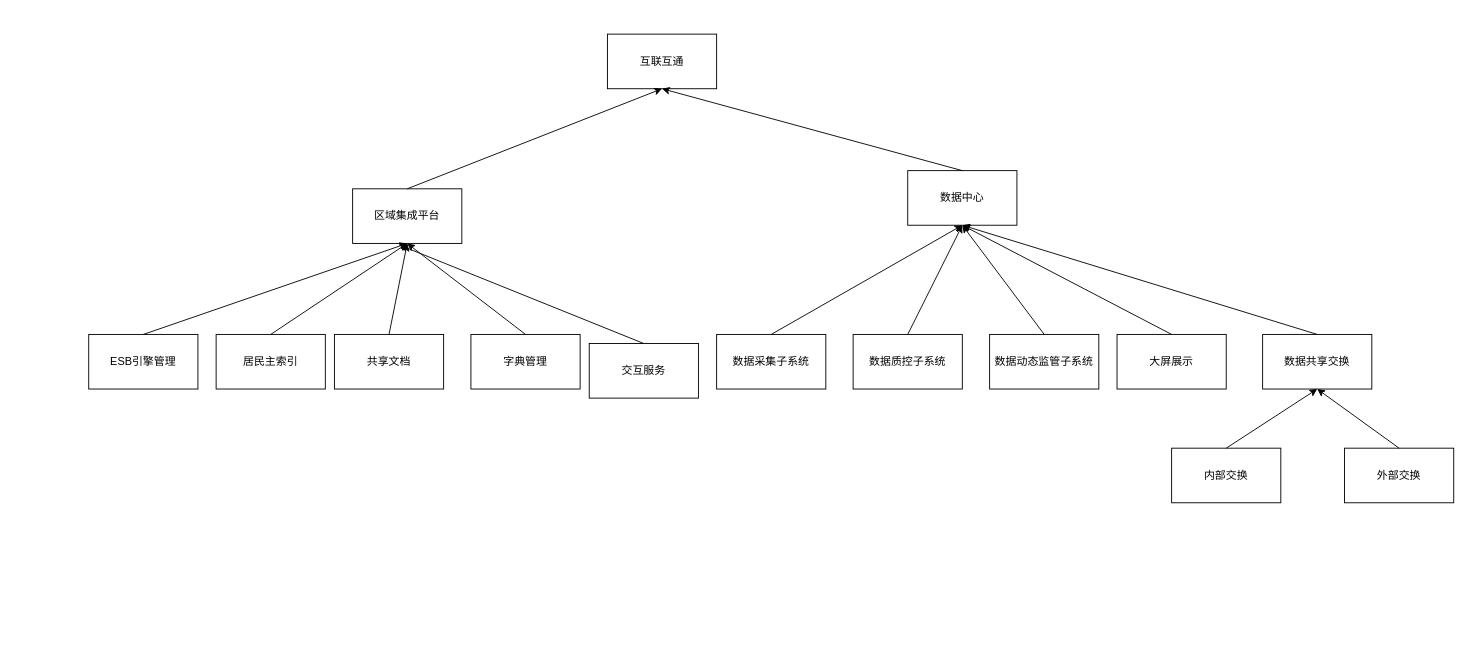
SmileCJX/processon keeps this draw.io diagram as source/互联互通.drawio. Above is the earlier version. Source tidied: cells renumbered, new cells numbered last; positions are measured from the earlier drawing's top-left corner, leaving out a move shared by most shapes. Both pictures are drawn from the tidied source at 91%, with x=0, y=0 at pixel (88, 34).
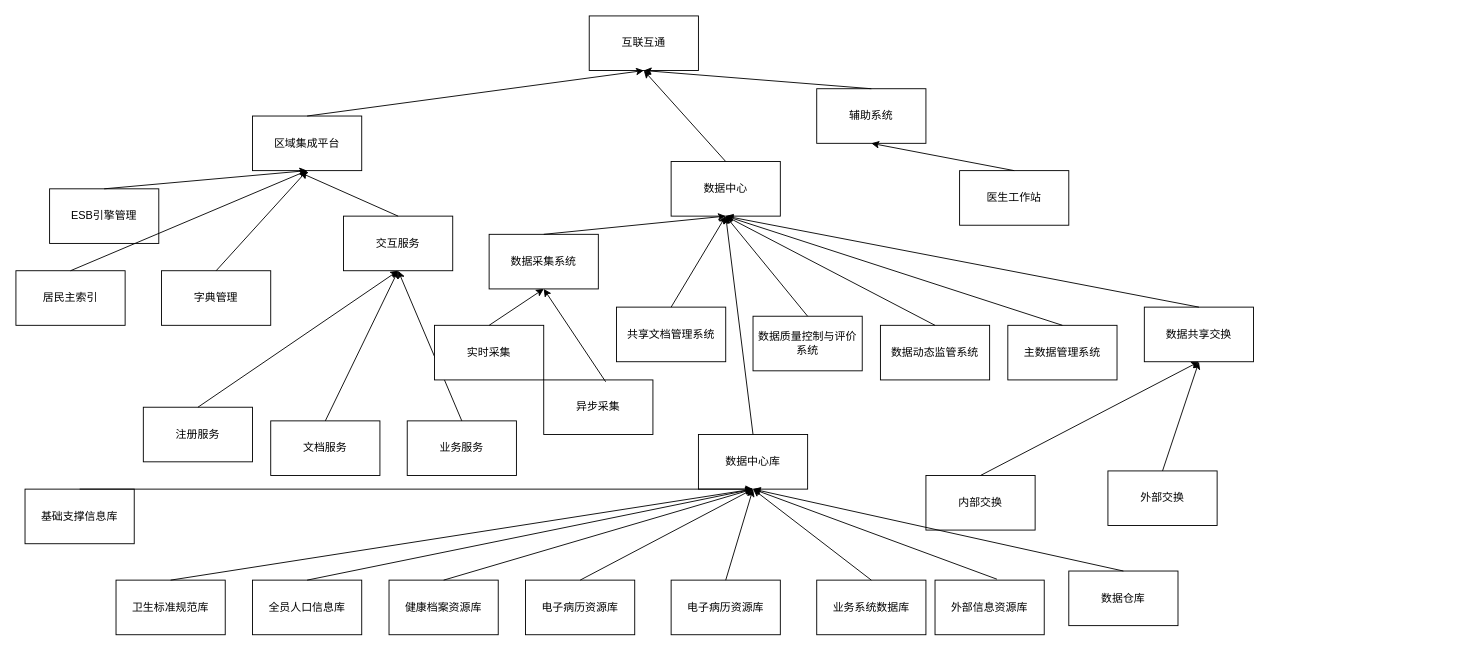
Above is the later version.

Commit message (it also covers changes not shown here):
更新互联互通.drawio

Diff of the diagram source:
```diff
@@
     <mxCell id="2" value="互联互通" style="rounded=0;whiteSpace=wrap;html=1;" parent="1" vertex="1">
-      <mxGeometry x="570" width="120" height="60" as="geometry" />
+      <mxGeometry x="550" y="-20" width="120" height="60" as="geometry" />
     </mxCell>
     <mxCell id="3" value="区域集成平台" style="rounded=0;whiteSpace=wrap;html=1;" parent="1" vertex="1">
-      <mxGeometry x="290" y="170" width="120" height="60" as="geometry" />
+      <mxGeometry x="180" y="90" width="120" height="60" as="geometry" />
     </mxCell>
@@
     <mxCell id="5" value="ESB引擎管理" style="rounded=0;whiteSpace=wrap;html=1;" parent="1" vertex="1">
-      <mxGeometry y="330" width="120" height="60" as="geometry" />
+      <mxGeometry x="-43" y="170" width="120" height="60" as="geometry" />
     </mxCell>
@@
     <mxCell id="7" value="居民主索引" style="rounded=0;whiteSpace=wrap;html=1;" parent="1" vertex="1">
-      <mxGeometry x="140" y="330" width="120" height="60" as="geometry" />
+      <mxGeometry x="-80" y="260" width="120" height="60" as="geometry" />
     </mxCell>
@@
-    <mxCell id="9" value="共享文档" style="rounded=0;whiteSpace=wrap;html=1;" parent="1" vertex="1">
-      <mxGeometry x="270" y="330" width="120" height="60" as="geometry" />
+    <mxCell id="9" value="共享文档管理系统" style="rounded=0;whiteSpace=wrap;html=1;" parent="1" vertex="1">
+      <mxGeometry x="580" y="300" width="120" height="60" as="geometry" />
     </mxCell>
-    <mxCell id="10" style="endArrow=classic;html=1;exitX=0.5;exitY=0;exitDx=0;exitDy=0;entryX=0.5;entryY=1;entryDx=0;entryDy=0;" parent="1" edge="1" source="9" target="3">
+    <mxCell id="10" style="endArrow=classic;html=1;exitX=0.5;exitY=0;exitDx=0;exitDy=0;entryX=0.5;entryY=1;entryDx=0;entryDy=0;" parent="1" edge="1" source="9" target="15">
       <mxGeometry relative="1" as="geometry" />
     </mxCell>
     <mxCell id="11" value="字典管理" style="rounded=0;whiteSpace=wrap;html=1;" parent="1" vertex="1">
-      <mxGeometry x="420" y="330" width="120" height="60" as="geometry" />
+      <mxGeometry x="80" y="260" width="120" height="60" as="geometry" />
     </mxCell>
     <mxCell id="12" value="交互服务" style="rounded=0;whiteSpace=wrap;html=1;" parent="1" vertex="1">
-      <mxGeometry x="550" y="340" width="120" height="60" as="geometry" />
+      <mxGeometry x="280" y="200" width="120" height="60" as="geometry" />
     </mxCell>
@@
     <mxCell id="15" value="数据中心" style="rounded=0;whiteSpace=wrap;html=1;" parent="1" vertex="1">
-      <mxGeometry x="900" y="150" width="120" height="60" as="geometry" />
+      <mxGeometry x="640" y="140" width="120" height="60" as="geometry" />
     </mxCell>
@@
-    <mxCell id="17" value="数据采集子系统" style="rounded=0;whiteSpace=wrap;html=1;" parent="1" vertex="1">
-      <mxGeometry x="690" y="330" width="120" height="60" as="geometry" />
+    <mxCell id="17" value="数据采集系统" style="rounded=0;whiteSpace=wrap;html=1;" parent="1" vertex="1">
+      <mxGeometry x="440" y="220" width="120" height="60" as="geometry" />
     </mxCell>
@@
-    <mxCell id="19" value="数据质控子系统" style="rounded=0;whiteSpace=wrap;html=1;" parent="1" vertex="1">
-      <mxGeometry x="840" y="330" width="120" height="60" as="geometry" />
+    <mxCell id="19" value="数据质量控制与评价系统" style="rounded=0;whiteSpace=wrap;html=1;" parent="1" vertex="1">
+      <mxGeometry x="730" y="310" width="120" height="60" as="geometry" />
     </mxCell>
-    <mxCell id="20" value="数据动态监管子系统" style="rounded=0;whiteSpace=wrap;html=1;" parent="1" vertex="1">
-      <mxGeometry x="990" y="330" width="120" height="60" as="geometry" />
+    <mxCell id="20" value="数据动态监管系统" style="rounded=0;whiteSpace=wrap;html=1;" parent="1" vertex="1">
+      <mxGeometry x="870" y="320" width="120" height="60" as="geometry" />
     </mxCell>
@@
-    <mxCell id="23" value="大屏展示" style="rounded=0;whiteSpace=wrap;html=1;" parent="1" vertex="1">
-      <mxGeometry x="1130" y="330" width="120" height="60" as="geometry" />
+    <mxCell id="23" value="主数据管理系统" style="rounded=0;whiteSpace=wrap;html=1;" parent="1" vertex="1">
+      <mxGeometry x="1010" y="320" width="120" height="60" as="geometry" />
     </mxCell>
@@
     <mxCell id="25" value="数据共享交换" style="rounded=0;whiteSpace=wrap;html=1;" parent="1" vertex="1">
-      <mxGeometry x="1290" y="330" width="120" height="60" as="geometry" />
+      <mxGeometry x="1160" y="300" width="120" height="60" as="geometry" />
     </mxCell>
@@
     <mxCell id="27" value="内部交换" style="rounded=0;whiteSpace=wrap;html=1;" parent="1" vertex="1">
-      <mxGeometry x="1190" y="455" width="120" height="60" as="geometry" />
+      <mxGeometry x="920" y="485" width="120" height="60" as="geometry" />
     </mxCell>
     <mxCell id="28" value="外部交换" style="rounded=0;whiteSpace=wrap;html=1;" parent="1" vertex="1">
-      <mxGeometry x="1380" y="455" width="120" height="60" as="geometry" />
+      <mxGeometry x="1120" y="480" width="120" height="60" as="geometry" />
     </mxCell>
@@
+    <mxCell id="31" value="数据中心库" style="rounded=0;whiteSpace=wrap;html=1;" parent="1" vertex="1">
+      <mxGeometry x="670" y="440" width="120" height="60" as="geometry" />
+    </mxCell>
+    <mxCell id="32" style="endArrow=classic;html=1;exitX=0.5;exitY=0;exitDx=0;exitDy=0;entryX=0.5;entryY=1;entryDx=0;entryDy=0;" parent="1" edge="1" source="31" target="15">
+      <mxGeometry relative="1" as="geometry" />
+    </mxCell>
+    <mxCell id="33" value="基础支撑信息库" style="rounded=0;whiteSpace=wrap;html=1;" parent="1" vertex="1">
+      <mxGeometry x="-70" y="500" width="120" height="60" as="geometry" />
+    </mxCell>
+    <mxCell id="34" style="endArrow=classic;html=1;exitX=0.5;exitY=0;exitDx=0;exitDy=0;entryX=0.5;entryY=1;entryDx=0;entryDy=0;" parent="1" edge="1" source="33" target="31">
+      <mxGeometry relative="1" as="geometry" />
+    </mxCell>
+    <mxCell id="35" value="卫生标准规范库" style="rounded=0;whiteSpace=wrap;html=1;" parent="1" vertex="1">
+      <mxGeometry x="30" y="600" width="120" height="60" as="geometry" />
+    </mxCell>
+    <mxCell id="36" style="endArrow=classic;html=1;exitX=0.5;exitY=0;exitDx=0;exitDy=0;entryX=0.5;entryY=1;entryDx=0;entryDy=0;" parent="1" edge="1" source="35" target="31">
+      <mxGeometry relative="1" as="geometry" />
+    </mxCell>
+    <mxCell id="37" value="全员人口信息库" style="rounded=0;whiteSpace=wrap;html=1;" parent="1" vertex="1">
+      <mxGeometry x="180" y="600" width="120" height="60" as="geometry" />
+    </mxCell>
+    <mxCell id="38" style="endArrow=classic;html=1;exitX=0.5;exitY=0;exitDx=0;exitDy=0;entryX=0.5;entryY=1;entryDx=0;entryDy=0;" parent="1" edge="1" source="37" target="31">
+      <mxGeometry relative="1" as="geometry" />
+    </mxCell>
+    <mxCell id="39" value="健康档案资源库" style="rounded=0;whiteSpace=wrap;html=1;" parent="1" vertex="1">
+      <mxGeometry x="330" y="600" width="120" height="60" as="geometry" />
+    </mxCell>
+    <mxCell id="40" style="endArrow=classic;html=1;exitX=0.5;exitY=0;exitDx=0;exitDy=0;entryX=0.5;entryY=1;entryDx=0;entryDy=0;" parent="1" edge="1" source="39" target="31">
+      <mxGeometry relative="1" as="geometry" />
+    </mxCell>
+    <mxCell id="41" value="电子病历资源库" style="rounded=0;whiteSpace=wrap;html=1;" parent="1" vertex="1">
+      <mxGeometry x="480" y="600" width="120" height="60" as="geometry" />
+    </mxCell>
+    <mxCell id="42" style="endArrow=classic;html=1;exitX=0.5;exitY=0;exitDx=0;exitDy=0;entryX=0.5;entryY=1;entryDx=0;entryDy=0;" parent="1" edge="1" source="41" target="31">
+      <mxGeometry relative="1" as="geometry" />
+    </mxCell>
+    <mxCell id="43" value="电子病历资源库" style="rounded=0;whiteSpace=wrap;html=1;" parent="1" vertex="1">
+      <mxGeometry x="640" y="600" width="120" height="60" as="geometry" />
+    </mxCell>
+    <mxCell id="44" style="endArrow=classic;html=1;exitX=0.5;exitY=0;exitDx=0;exitDy=0;entryX=0.5;entryY=1;entryDx=0;entryDy=0;" parent="1" edge="1" source="43" target="31">
+      <mxGeometry relative="1" as="geometry" />
+    </mxCell>
+    <mxCell id="45" value="业务系统数据库" style="rounded=0;whiteSpace=wrap;html=1;" parent="1" vertex="1">
+      <mxGeometry x="800" y="600" width="120" height="60" as="geometry" />
+    </mxCell>
+    <mxCell id="46" style="endArrow=classic;html=1;exitX=0.5;exitY=0;exitDx=0;exitDy=0;entryX=0.5;entryY=1;entryDx=0;entryDy=0;" parent="1" edge="1" source="45" target="31">
+      <mxGeometry relative="1" as="geometry" />
+    </mxCell>
+    <mxCell id="47" value="外部信息资源库" style="rounded=0;whiteSpace=wrap;html=1;" parent="1" vertex="1">
+      <mxGeometry x="930" y="600" width="120" height="60" as="geometry" />
+    </mxCell>
+    <mxCell id="48" style="endArrow=classic;html=1;exitX=0.567;exitY=-0.017;exitDx=0;exitDy=0;entryX=0.5;entryY=1;entryDx=0;entryDy=0;exitPerimeter=0;" parent="1" edge="1" source="47" target="31">
+      <mxGeometry relative="1" as="geometry" />
+    </mxCell>
+    <mxCell id="49" value="数据仓库" style="rounded=0;whiteSpace=wrap;html=1;" parent="1" vertex="1">
+      <mxGeometry x="1077" y="590" width="120" height="60" as="geometry" />
+    </mxCell>
+    <mxCell id="50" style="endArrow=classic;html=1;exitX=0.5;exitY=0;exitDx=0;exitDy=0;entryX=0.5;entryY=1;entryDx=0;entryDy=0;" parent="1" edge="1" source="49" target="31">
+      <mxGeometry relative="1" as="geometry" />
+    </mxCell>
+    <mxCell id="51" value="辅助系统" style="rounded=0;whiteSpace=wrap;html=1;" parent="1" vertex="1">
+      <mxGeometry x="800" y="60" width="120" height="60" as="geometry" />
+    </mxCell>
+    <mxCell id="52" style="endArrow=classic;html=1;exitX=0.5;exitY=0;exitDx=0;exitDy=0;entryX=0.5;entryY=1;entryDx=0;entryDy=0;" parent="1" edge="1" source="51" target="2">
+      <mxGeometry relative="1" as="geometry" />
+    </mxCell>
+    <mxCell id="53" value="注册服务" style="rounded=0;whiteSpace=wrap;html=1;" parent="1" vertex="1">
+      <mxGeometry x="60" y="410" width="120" height="60" as="geometry" />
+    </mxCell>
+    <mxCell id="54" value="文档服务" style="rounded=0;whiteSpace=wrap;html=1;" parent="1" vertex="1">
+      <mxGeometry x="200" y="425" width="120" height="60" as="geometry" />
+    </mxCell>
+    <mxCell id="55" value="业务服务" style="rounded=0;whiteSpace=wrap;html=1;" parent="1" vertex="1">
+      <mxGeometry x="350" y="425" width="120" height="60" as="geometry" />
+    </mxCell>
+    <mxCell id="56" style="endArrow=classic;html=1;exitX=0.5;exitY=0;exitDx=0;exitDy=0;entryX=0.5;entryY=1;entryDx=0;entryDy=0;" parent="1" edge="1" source="53" target="12">
+      <mxGeometry relative="1" as="geometry" />
+    </mxCell>
+    <mxCell id="57" style="endArrow=classic;html=1;exitX=0.5;exitY=0;exitDx=0;exitDy=0;entryX=0.5;entryY=1;entryDx=0;entryDy=0;" parent="1" edge="1" source="54" target="12">
+      <mxGeometry relative="1" as="geometry" />
+    </mxCell>
+    <mxCell id="58" style="endArrow=classic;html=1;exitX=0.5;exitY=0;exitDx=0;exitDy=0;entryX=0.5;entryY=1;entryDx=0;entryDy=0;" parent="1" edge="1" source="55" target="12">
+      <mxGeometry relative="1" as="geometry" />
+    </mxCell>
+    <mxCell id="59" value="医生工作站" style="rounded=0;whiteSpace=wrap;html=1;" parent="1" vertex="1">
+      <mxGeometry x="957" y="150" width="120" height="60" as="geometry" />
+    </mxCell>
+    <mxCell id="60" style="endArrow=classic;html=1;exitX=0.5;exitY=0;exitDx=0;exitDy=0;entryX=0.5;entryY=1;entryDx=0;entryDy=0;" parent="1" edge="1" source="59" target="51">
+      <mxGeometry relative="1" as="geometry" />
+    </mxCell>
+    <mxCell id="61" value="实时采集" style="rounded=0;whiteSpace=wrap;html=1;" parent="1" vertex="1">
+      <mxGeometry x="380" y="320" width="120" height="60" as="geometry" />
+    </mxCell>
+    <mxCell id="62" style="endArrow=classic;html=1;exitX=0.5;exitY=0;exitDx=0;exitDy=0;entryX=0.5;entryY=1;entryDx=0;entryDy=0;" parent="1" edge="1" source="61" target="17">
+      <mxGeometry relative="1" as="geometry" />
+    </mxCell>
+    <mxCell id="63" value="异步采集" style="rounded=0;whiteSpace=wrap;html=1;" parent="1" vertex="1">
+      <mxGeometry x="500" y="380" width="120" height="60" as="geometry" />
+    </mxCell>
+    <mxCell id="64" style="endArrow=classic;html=1;exitX=0.567;exitY=0.033;exitDx=0;exitDy=0;entryX=0.5;entryY=1;entryDx=0;entryDy=0;exitPerimeter=0;" parent="1" edge="1" source="63" target="17">
+      <mxGeometry relative="1" as="geometry" />
+    </mxCell>
```
